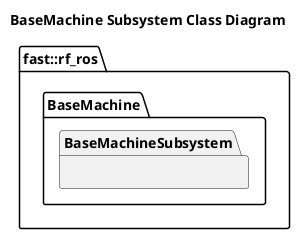
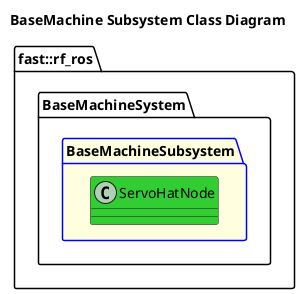
@startuml
title BaseMachine Subsystem Class Diagram

namespace fast::rf_ros {
-     namespace BaseMachine {
-         namespace BaseMachineSubsystem {
+     namespace BaseMachineSystem {
+         package BaseMachineSubsystem #LightYellow;line:blue {
+             class ServoHatNode #LimeGreen
        }
    }
}
@enduml